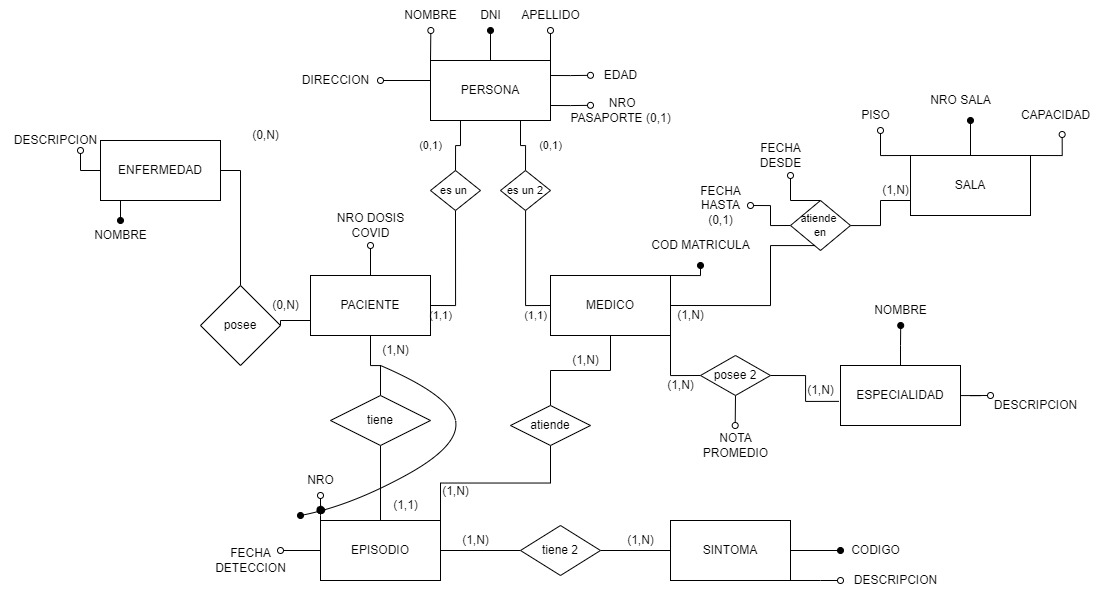
This is PRACTICA 2/Parte1/Ejercicio7/Ejercicio7-logico.png from agusrnfr/DBD, a draw.io export, as it was before one commit. Source tidied: cells renumbered, new cells last; positions are measured from the earlier drawing's top-left corner, leaving out a move shared by most shapes.
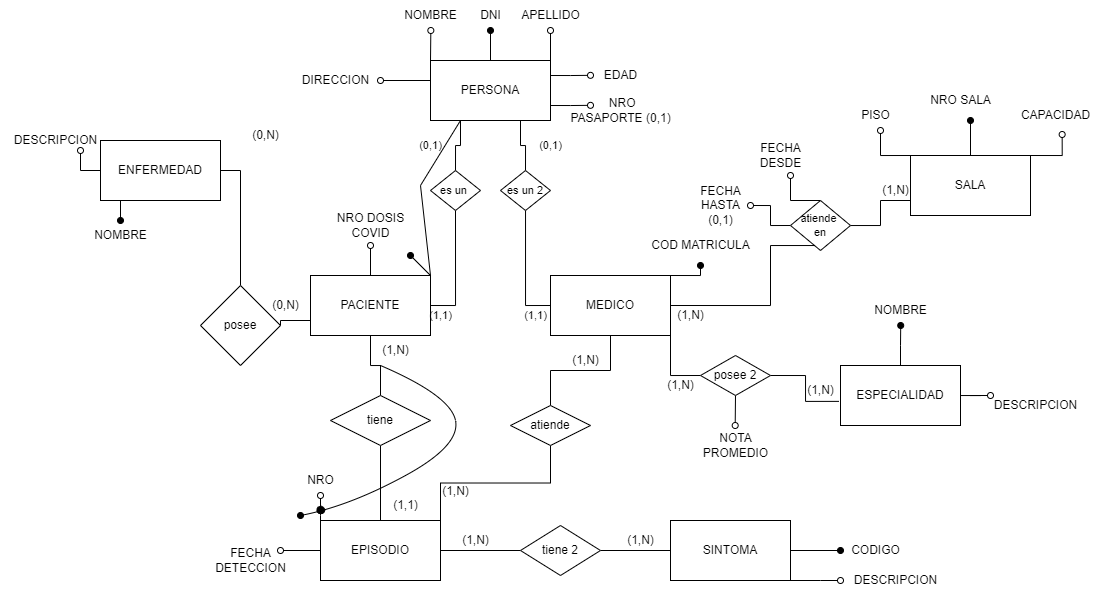
The same diagram one commit later.

The edit, as a diff of the source:
```diff
@@ -27,6 +27,15 @@
         <mxPoint x="590" y="104.8" as="targetPoint" />
       </mxGeometry>
     </mxCell>
+    <mxCell id="96" style="rounded=0;jettySize=auto;html=1;exitX=0.25;exitY=1;exitDx=0;exitDy=0;endArrow=oval;endFill=1;" parent="1" edge="1" source="7">
+      <mxGeometry relative="1" as="geometry">
+        <mxPoint x="410" y="255" as="targetPoint" />
+        <Array as="points">
+          <mxPoint x="420" y="185" />
+          <mxPoint x="430" y="275" />
+        </Array>
+      </mxGeometry>
+    </mxCell>
     <mxCell id="7" value="PERSONA" style="whiteSpace=wrap;html=1;" parent="1" vertex="1">
       <mxGeometry x="430" y="60" width="120" height="60" as="geometry" />
     </mxCell>
```
